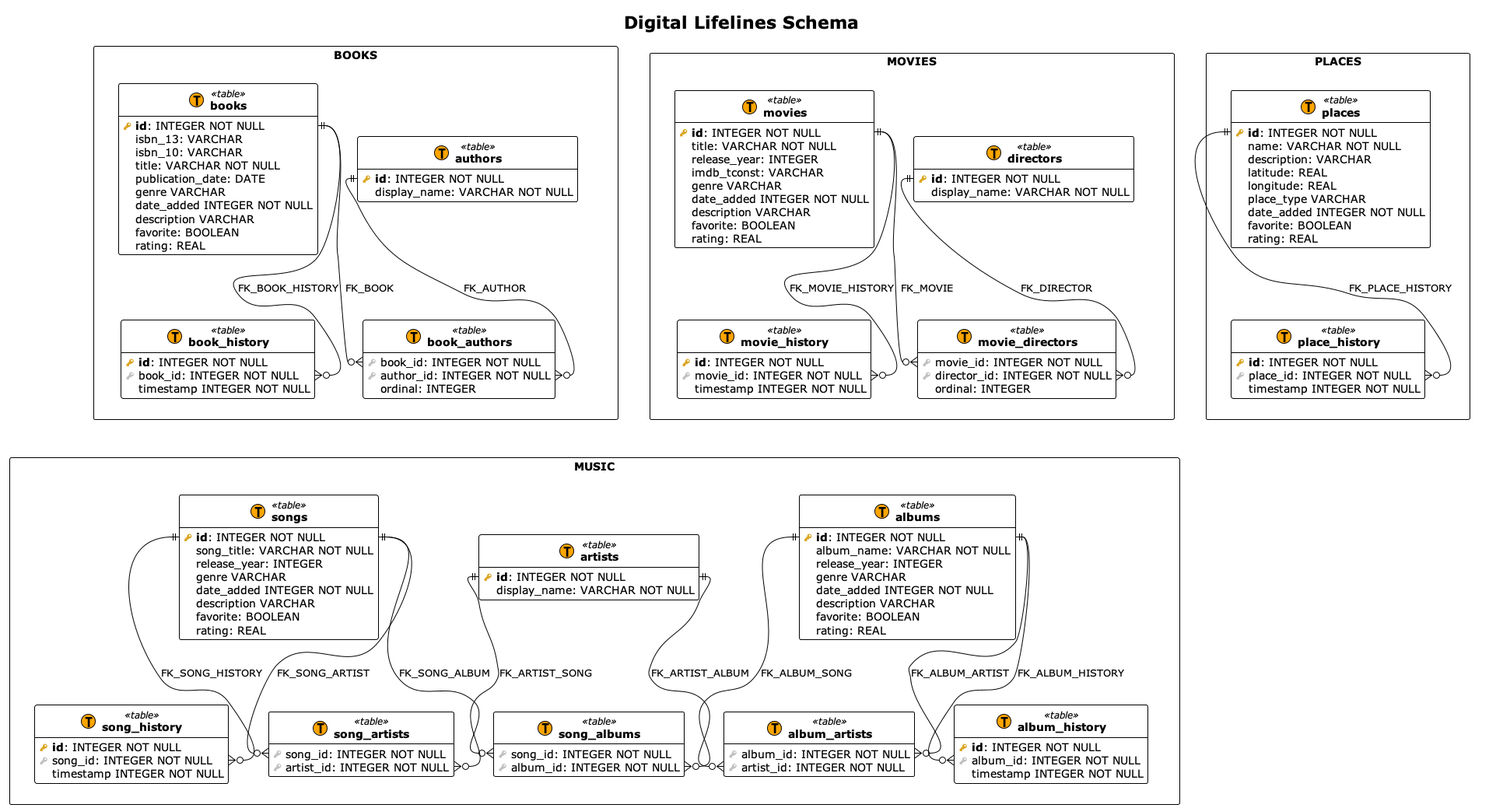
Earlier version of the PlantUML export Docs/design/database/database-schema.png (jeannamatthews-classes/group-project-digital-lifelines).
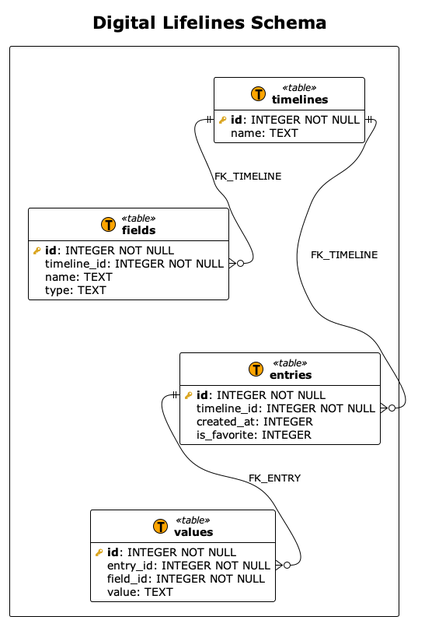
Later version of the same file.

Diff of the diagram source:
```diff
@@ -33,170 +33,40 @@
 
 title "Digital Lifelines Schema"
 
-$schema("BOOKS", "id_1") {
-
-  $table("books", "id_1_1") {
+$schema(" ", "id_1") {
+  $table("timelines", "id_1_1") {
     $pk("id"): INTEGER NOT NULL
-    $column("isbn_13"): VARCHAR
-    $column("isbn_10"): VARCHAR
-    $column("title"): VARCHAR NOT NULL
-    $column("publication_date"): DATE
-    $column("genre") VARCHAR
-    $column("date_added") INTEGER NOT NULL
-    $column("description") VARCHAR
-    $column("favorite"): BOOLEAN
-    $column("rating"): REAL
+    $column("name"): TEXT
   }
 
-  $table("book_authors", "id_1_2") {
-    $fk("book_id"): INTEGER NOT NULL
-    $fk("author_id"): INTEGER NOT NULL
-    $column("ordinal"): INTEGER
+  $table("fields", "id_1_2") {
+    $pk("id"): INTEGER NOT NULL
+    $column("timeline_id"): INTEGER NOT NULL
+    $column("name"): TEXT
+    $column("type"): TEXT
   }
 
-  $table("authors", "id_1_3") {
+  $table("entries", "id_1_3") {
     $pk("id"): INTEGER NOT NULL
-    $column("display_name"): VARCHAR NOT NULL
+    $column("timeline_id"): INTEGER NOT NULL
+    $column("created_at"): INTEGER
+    $column("is_favorite"): INTEGER
   }
 
-  $table("book_history", "id_1_4") {
+  $table("values", "id_1_4") {
     $pk("id"): INTEGER NOT NULL
-    $fk("book_id"): INTEGER NOT NULL
-    $column("timestamp") INTEGER NOT NULL
+    $column("entry_id"): INTEGER NOT NULL
+    $column("field_id"): INTEGER NOT NULL
+    $column("value"): TEXT
   }
 }
 
-id_1.id_1_1::id  ||--o{ id_1.id_1_2::book_id : FK_BOOK
-id_1.id_1_1::id  ||--o{ id_1.id_1_4::book_id : FK_BOOK_HISTORY
-id_1.id_1_3::id  ||--o{ id_1.id_1_2::author_id : FK_AUTHOR
+id_1.id_1_1::id  ||--o{ id_1.id_1_2::timeline_id : FK_TIMELINE
+id_1.id_1_1::id  ||--o{ id_1.id_1_3::timeline_id : FK_TIMELINE
+id_1.id_1_3::id  ||--o{ id_1.id_1_4::entry_id : FK_ENTRY
 
-$schema("MOVIES", "id_2") {
 
-  $table("movies", "id_2_1") {
-    $pk("id"): INTEGER NOT NULL
-    $column("title"): VARCHAR NOT NULL
-    $column("release_year"): INTEGER
-    $column("imdb_tconst"): VARCHAR
-    $column("genre") VARCHAR
-    $column("date_added") INTEGER NOT NULL
-    $column("description") VARCHAR
-    $column("favorite"): BOOLEAN
-    $column("rating"): REAL
-  }
-
-  $table("movie_directors", "id_2_2") {
-    $fk("movie_id"): INTEGER NOT NULL
-    $fk("director_id"): INTEGER NOT NULL
-    $column("ordinal"): INTEGER
-  }
-
-  $table("directors", "id_2_3") {
-    $pk("id"): INTEGER NOT NULL
-    $column("display_name"): VARCHAR NOT NULL
-  }
-
-  $table("movie_history", "id_2_4") {
-    $pk("id"): INTEGER NOT NULL
-    $fk("movie_id"): INTEGER NOT NULL
-    $column("timestamp") INTEGER NOT NULL
-  }
-}
-
-id_2.id_2_1::id  ||--o{ id_2.id_2_2::movie_id : FK_MOVIE
-id_2.id_2_1::id  ||--o{ id_2.id_2_4::movie_id : FK_MOVIE_HISTORY
-id_2.id_2_3::id  ||--o{ id_2.id_2_2::director_id : FK_DIRECTOR
-
-$schema("MUSIC", "id_3") {
-
-  $table("songs", "id_3_1") {
-    $pk("id"): INTEGER NOT NULL
-    $column("song_title"): VARCHAR NOT NULL
-    $column("release_year"): INTEGER
-    $column("genre") VARCHAR
-    $column("date_added") INTEGER NOT NULL
-    $column("description") VARCHAR
-    $column("favorite"): BOOLEAN
-    $column("rating"): REAL
-  }
-
-  $table("song_albums", "id_3_2") {
-    $fk("song_id"): INTEGER NOT NULL
-    $fk("album_id"): INTEGER NOT NULL
-  }
-
-  $table("albums", "id_3_3") {
-    $pk("id"): INTEGER NOT NULL
-    $column("album_name"): VARCHAR NOT NULL
-    $column("release_year"): INTEGER
-    $column("genre") VARCHAR
-    $column("date_added") INTEGER NOT NULL
-    $column("description") VARCHAR
-    $column("favorite"): BOOLEAN
-    $column("rating"): REAL
-  }
-
-  $table("album_artists", "id_3_4") {
-    $fk("album_id"): INTEGER NOT NULL
-    $fk("artist_id"): INTEGER NOT NULL
-  }
-
-  $table("song_artists", "id_3_5") {
-    $fk("song_id"): INTEGER NOT NULL
-    $fk("artist_id"): INTEGER NOT NULL
-  }
-
-  $table("artists", "id_3_6") {
-    $pk("id"): INTEGER NOT NULL
-    $column("display_name"): VARCHAR NOT NULL
-  }
-
-  $table("song_history", "id_3_7") {
-    $pk("id"): INTEGER NOT NULL
-    $fk("song_id"): INTEGER NOT NULL
-    $column("timestamp") INTEGER NOT NULL
-  }
-
-  $table("album_history", "id_3_8") {
-    $pk("id"): INTEGER NOT NULL
-    $fk("album_id"): INTEGER NOT NULL
-    $column("timestamp") INTEGER NOT NULL
-  }
-}
-
-id_3.id_3_1::id  ||--o{ id_3.id_3_2::song_id : FK_SONG_ALBUM
-id_3.id_3_1::id  ||--o{ id_3.id_3_5::song_id : FK_SONG_ARTIST
-id_3.id_3_3::id  ||--o{ id_3.id_3_2::album_id : FK_ALBUM_SONG
-id_3.id_3_3::id  ||--o{ id_3.id_3_4::album_id : FK_ALBUM_ARTIST
-id_3.id_3_6::id  ||--o{ id_3.id_3_4::artist_id : FK_ARTIST_ALBUM
-id_3.id_3_6::id  ||--o{ id_3.id_3_5::artist_id : FK_ARTIST_SONG
-id_3.id_3_1::id  ||--o{ id_3.id_3_7::song_id : FK_SONG_HISTORY
-id_3.id_3_3::id  ||--o{ id_3.id_3_8::album_id : FK_ALBUM_HISTORY
-
-$schema("PLACES", "id_4") {
-
-  $table("places", "id_4_1") {
-    $pk("id"): INTEGER NOT NULL
-    $column("name"): VARCHAR NOT NULL
-    $column("description"): VARCHAR
-    $column("latitude"): REAL
-    $column("longitude"): REAL
-    $column("place_type") VARCHAR
-    $column("date_added") INTEGER NOT NULL
-    $column("favorite"): BOOLEAN
-    $column("rating"): REAL
-  }
-
-  $table("place_history", "id_4_2") {
-    $pk("id"): INTEGER NOT NULL
-    $fk("place_id"): INTEGER NOT NULL
-    $column("timestamp") INTEGER NOT NULL
-  }
-}
-
-id_4.id_4_1::id  ||--o{ id_4.id_4_2::place_id : FK_PLACE_HISTORY
-
-id_1 ---[hidden]> id_3
-id_2 ---[hidden]> id_3
-id_4 ---[hidden]> id_3
+id_1_1 ---[hidden]> id_1_3
+id_1_2 ---[hidden]> id_1_4
 
 @enduml
```
